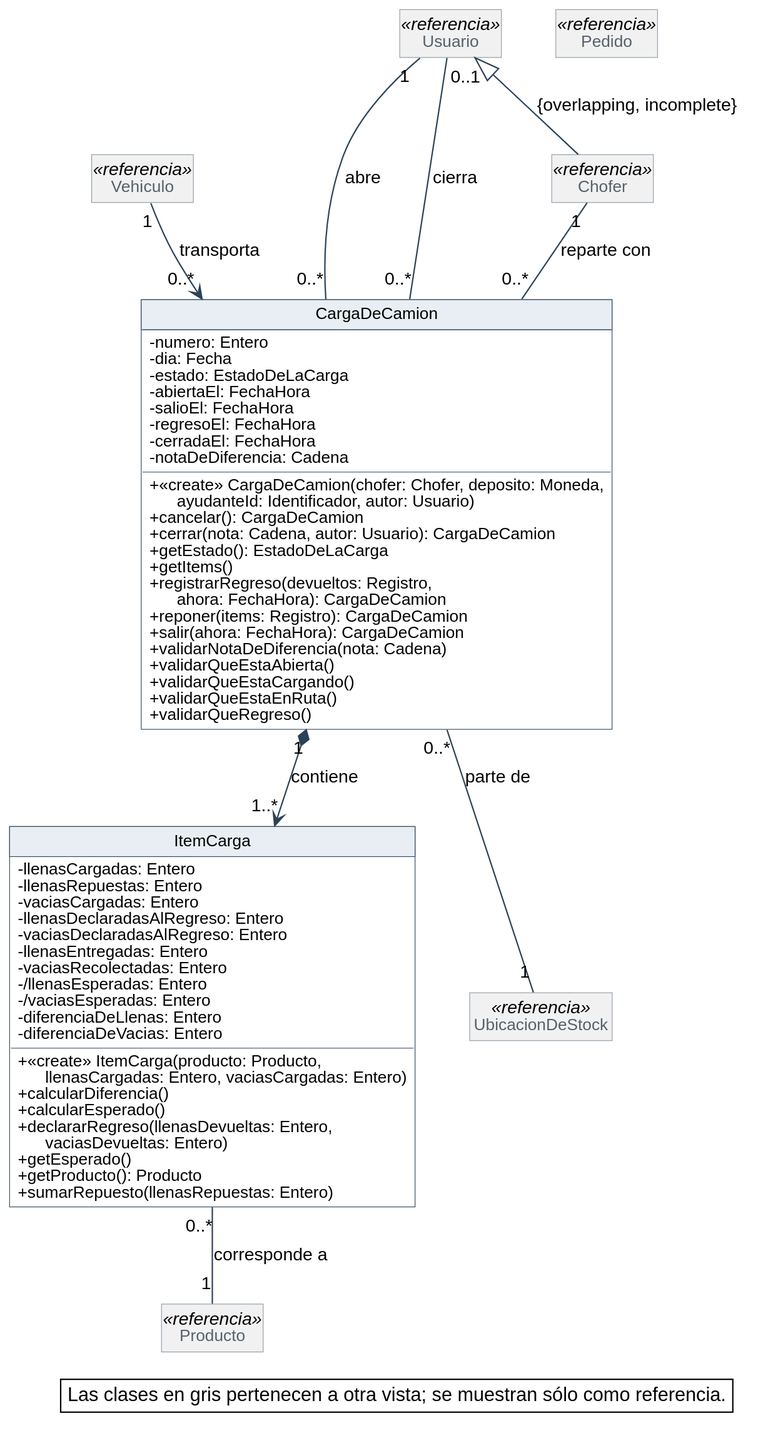
Earlier version of the PlantUML export diagramas/clases-diseno/DC_Carga-del-camion.svg (Nahuelito-Dev/splg-docs).
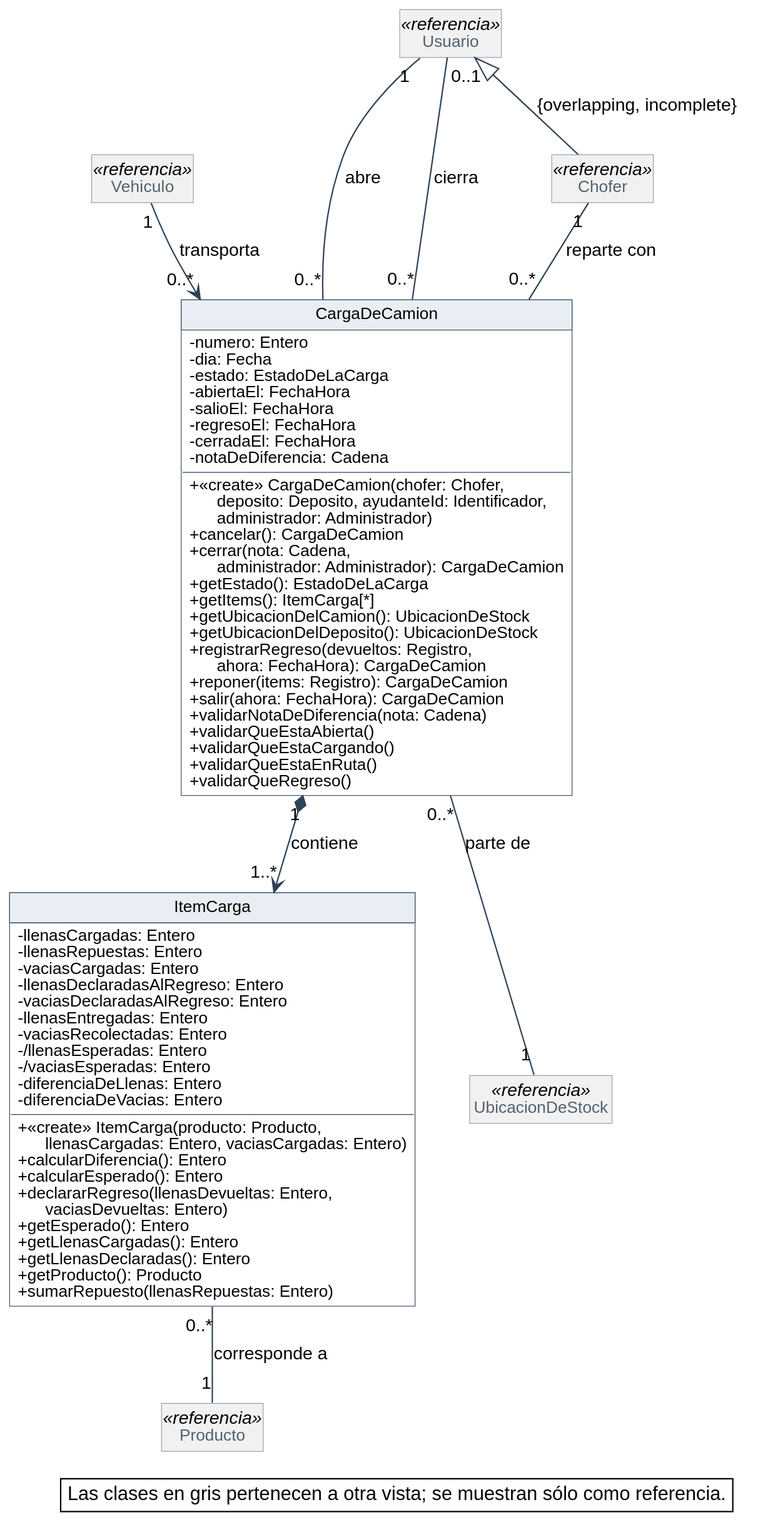
The same file after the commit.

Change to the diagram source:
```diff
@@ -66,11 +66,13 @@
   - regresoEl: FechaHora
   - cerradaEl: FechaHora
   - notaDeDiferencia: Cadena
-  + «create» CargaDeCamion(chofer: Chofer, deposito: Moneda,\n      ayudanteId: Identificador, autor: Usuario)
+  + «create» CargaDeCamion(chofer: Chofer,\n      deposito: Deposito, ayudanteId: Identificador,\n      administrador: Administrador)
   + cancelar(): CargaDeCamion
-  + cerrar(nota: Cadena, autor: Usuario): CargaDeCamion
+  + cerrar(nota: Cadena,\n      administrador: Administrador): CargaDeCamion
   + getEstado(): EstadoDeLaCarga
-  + getItems()
+  + getItems(): ItemCarga[*]
+  + getUbicacionDelCamion(): UbicacionDeStock
+  + getUbicacionDelDeposito(): UbicacionDeStock
   + registrarRegreso(devueltos: Registro,\n      ahora: FechaHora): CargaDeCamion
   + reponer(items: Registro): CargaDeCamion
   + salir(ahora: FechaHora): CargaDeCamion
@@ -93,10 +95,12 @@
   - diferenciaDeLlenas: Entero
   - diferenciaDeVacias: Entero
   + «create» ItemCarga(producto: Producto,\n      llenasCargadas: Entero, vaciasCargadas: Entero)
-  + calcularDiferencia()
-  + calcularEsperado()
+  + calcularDiferencia(): Entero
+  + calcularEsperado(): Entero
   + declararRegreso(llenasDevueltas: Entero,\n      vaciasDevueltas: Entero)
-  + getEsperado()
+  + getEsperado(): Entero
+  + getLlenasCargadas(): Entero
+  + getLlenasDeclaradas(): Entero
   + getProducto(): Producto
   + sumarRepuesto(llenasRepuestas: Entero)
 }
@@ -105,7 +109,6 @@
 class UbicacionDeStock <<referencia>>
 class Producto <<referencia>>
 class Usuario <<referencia>>
-class Pedido <<referencia>>
 
 Usuario <|-- Chofer : {overlapping, incomplete}
 Vehiculo "1" --> "0..*" CargaDeCamion : transporta
```
